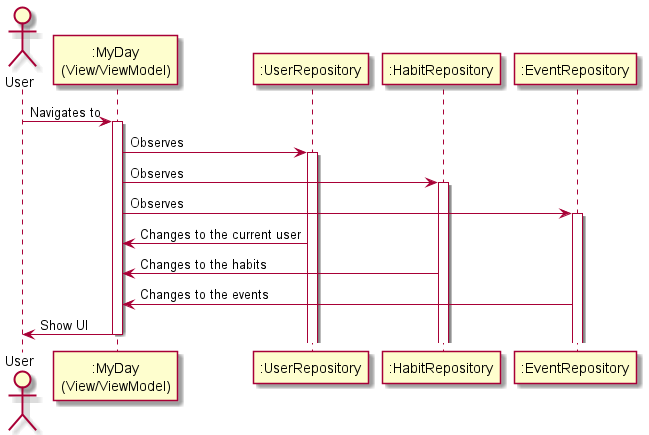
Before: doc/sequence_my_day_initialisation.png, a diagram exported from PlantUML (CMPUT301F21T22/Nabu).
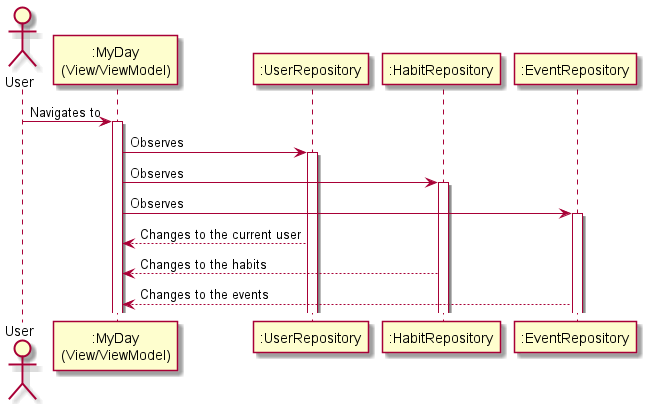
The same file after the commit.

The edit, as a diff of the source:
```diff
@@ -20,11 +20,8 @@
 MyDay -> EventRepository : Observes
 activate EventRepository
 
-UserRepository -> MyDay : Changes to the current user
-HabitRepository -> MyDay : Changes to the habits
-EventRepository -> MyDay : Changes to the events
-
-MyDay -> User : Show UI
-deactivate MyDay
+UserRepository -[dashed]-> MyDay : Changes to the current user
+HabitRepository -[dashed]-> MyDay : Changes to the habits
+EventRepository -[dashed]-> MyDay : Changes to the events
 
 @enduml
```
